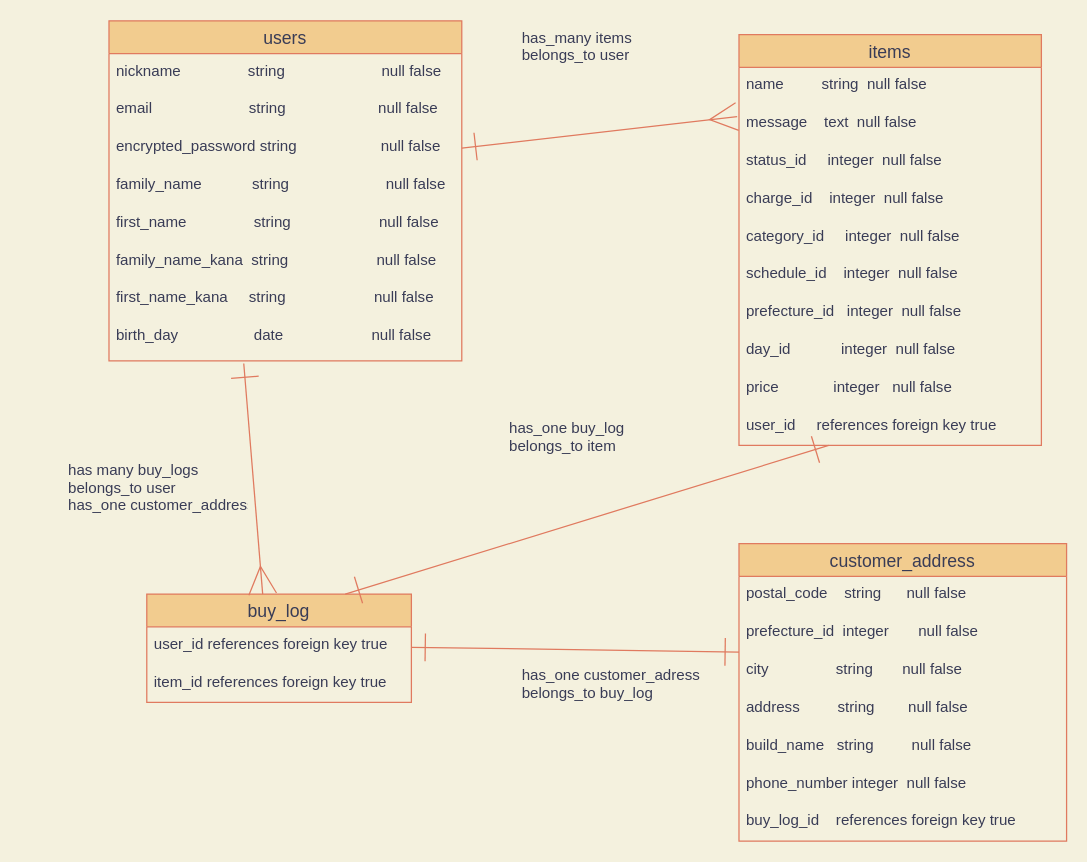
This is db.dio from yuyakiso/furima_33001, a draw.io file, before an edit. Source tidied: cells renumbered, new cells numbered last; positions are measured from the earlier drawing's top-left corner, leaving out a move shared by most shapes. Both pictures are drawn from the tidied source at 126%, with x=0, y=0 at pixel (20, 20).
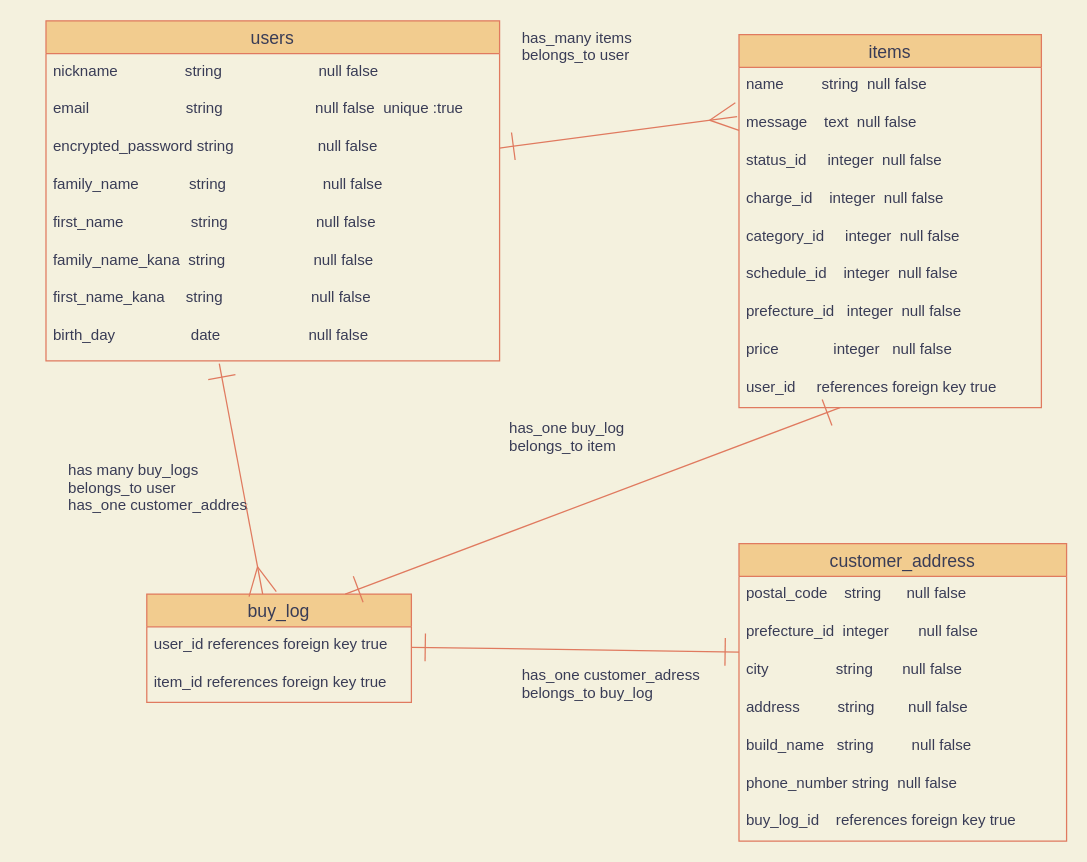
The same diagram, later.

Commit message (it also covers changes not shown here):
データベース準備7

Unchanged cells that the change refers to:
```xml
<mxCell id="26" value="customer_address" style="swimlane;fontStyle=0;horizontal=1;startSize=26;align=center;fontSize=14;rounded=0;sketch=0;fillColor=#F2CC8F;strokeColor=#E07A5F;fontColor=#393C56;" parent="1" vertex="1">
  <mxGeometry x="570" y="415" width="260" height="236" as="geometry" />
</mxCell>
```

What changed in the source:
```diff
@@
     <mxCell id="2" value="users" style="swimlane;fontStyle=0;horizontal=1;startSize=26;align=center;fontSize=14;rounded=0;sketch=0;fillColor=#F2CC8F;strokeColor=#E07A5F;fontColor=#393C56;" parent="1" vertex="1">
-      <mxGeometry x="70" width="280" height="270" as="geometry" />
+      <mxGeometry x="20" width="360" height="270" as="geometry" />
     </mxCell>
     <mxCell id="3" value="nickname                string                       null false" style="text;strokeColor=none;fillColor=none;spacingLeft=4;spacingRight=4;overflow=hidden;fontSize=12;fontColor=#393C56;" parent="2" vertex="1">
-      <mxGeometry y="26" width="280" height="30" as="geometry" />
+      <mxGeometry y="26" width="360" height="30" as="geometry" />
     </mxCell>
-    <mxCell id="4" value="email                       string                      null false " style="text;strokeColor=none;fillColor=none;spacingLeft=4;spacingRight=4;overflow=hidden;fontSize=12;fontColor=#393C56;" parent="2" vertex="1">
-      <mxGeometry y="56" width="280" height="30" as="geometry" />
+    <mxCell id="4" value="email                       string                      null false  unique :true" style="text;strokeColor=none;fillColor=none;spacingLeft=4;spacingRight=4;overflow=hidden;fontSize=12;fontColor=#393C56;" parent="2" vertex="1">
+      <mxGeometry y="56" width="360" height="30" as="geometry" />
     </mxCell>
     <mxCell id="5" value="encrypted_password string                    null false " style="text;strokeColor=none;fillColor=none;spacingLeft=4;spacingRight=4;overflow=hidden;points=[[0,0.5],[1,0.5]];portConstraint=eastwest;fontSize=12;fontColor=#393C56;" parent="2" vertex="1">
-      <mxGeometry y="86" width="280" height="30" as="geometry" />
+      <mxGeometry y="86" width="360" height="30" as="geometry" />
     </mxCell>
     <mxCell id="6" value="family_name            string                       null false" style="text;strokeColor=none;fillColor=none;spacingLeft=4;spacingRight=4;overflow=hidden;fontSize=12;fontColor=#393C56;" parent="2" vertex="1">
-      <mxGeometry y="116" width="280" height="30" as="geometry" />
+      <mxGeometry y="116" width="360" height="30" as="geometry" />
     </mxCell>
     <mxCell id="7" value="first_name                string                     null false" style="text;strokeColor=none;fillColor=none;spacingLeft=4;spacingRight=4;overflow=hidden;fontSize=12;fontColor=#393C56;" parent="2" vertex="1">
-      <mxGeometry y="146" width="280" height="30" as="geometry" />
+      <mxGeometry y="146" width="360" height="30" as="geometry" />
     </mxCell>
     <mxCell id="8" value="family_name_kana  string                     null false" style="text;strokeColor=none;fillColor=none;spacingLeft=4;spacingRight=4;overflow=hidden;fontSize=12;fontColor=#393C56;" parent="2" vertex="1">
-      <mxGeometry y="176" width="280" height="30" as="geometry" />
+      <mxGeometry y="176" width="360" height="30" as="geometry" />
     </mxCell>
     <mxCell id="9" value="first_name_kana     string                     null false" style="text;strokeColor=none;fillColor=none;spacingLeft=4;spacingRight=4;overflow=hidden;fontSize=12;fontColor=#393C56;" parent="2" vertex="1">
-      <mxGeometry y="206" width="280" height="30" as="geometry" />
+      <mxGeometry y="206" width="360" height="30" as="geometry" />
     </mxCell>
     <mxCell id="10" value="birth_day                  date                     null false" style="text;strokeColor=none;fillColor=none;spacingLeft=4;spacingRight=4;overflow=hidden;points=[[0,0.5],[1,0.5]];portConstraint=eastwest;fontSize=12;fontColor=#393C56;" parent="2" vertex="1">
-      <mxGeometry y="236" width="280" height="34" as="geometry" />
+      <mxGeometry y="236" width="360" height="34" as="geometry" />
     </mxCell>
     <mxCell id="11" value="items" style="swimlane;fontStyle=0;horizontal=1;startSize=26;align=center;fontSize=14;rounded=0;sketch=0;fillColor=#F2CC8F;strokeColor=#E07A5F;fontColor=#393C56;" parent="1" vertex="1">
-      <mxGeometry x="570" y="11" width="240" height="326" as="geometry" />
+      <mxGeometry x="570" y="11" width="240" height="296" as="geometry" />
     </mxCell>
@@
-    <mxCell id="19" value="day_id            integer  null false" style="text;strokeColor=none;fillColor=none;spacingLeft=4;spacingRight=4;overflow=hidden;fontSize=12;fontColor=#393C56;" parent="11" vertex="1">
-      <mxGeometry y="236" width="240" height="30" as="geometry" />
-    </mxCell>
     <mxCell id="20" value="price             integer   null false" style="text;strokeColor=none;fillColor=none;spacingLeft=4;spacingRight=4;overflow=hidden;fontSize=12;fontColor=#393C56;" parent="11" vertex="1">
-      <mxGeometry y="266" width="240" height="30" as="geometry" />
+      <mxGeometry y="236" width="240" height="30" as="geometry" />
     </mxCell>
     <mxCell id="21" value="user_id     references foreign key true" style="text;strokeColor=none;fillColor=none;spacingLeft=4;spacingRight=4;overflow=hidden;points=[[0,0.5],[1,0.5]];portConstraint=eastwest;fontSize=12;fontColor=#393C56;" parent="11" vertex="1">
-      <mxGeometry y="296" width="240" height="30" as="geometry" />
+      <mxGeometry y="266" width="240" height="30" as="geometry" />
     </mxCell>
@@
-    <mxCell id="32" value="phone_number integer  null false" style="text;strokeColor=none;fillColor=none;spacingLeft=4;spacingRight=4;overflow=hidden;fontSize=12;fontColor=#393C56;" parent="26" vertex="1">
+    <mxCell id="32" value="phone_number string  null false" style="text;strokeColor=none;fillColor=none;spacingLeft=4;spacingRight=4;overflow=hidden;fontSize=12;fontColor=#393C56;" parent="26" vertex="1">
       <mxGeometry y="176" width="260" height="30" as="geometry" />
     </mxCell>
```
